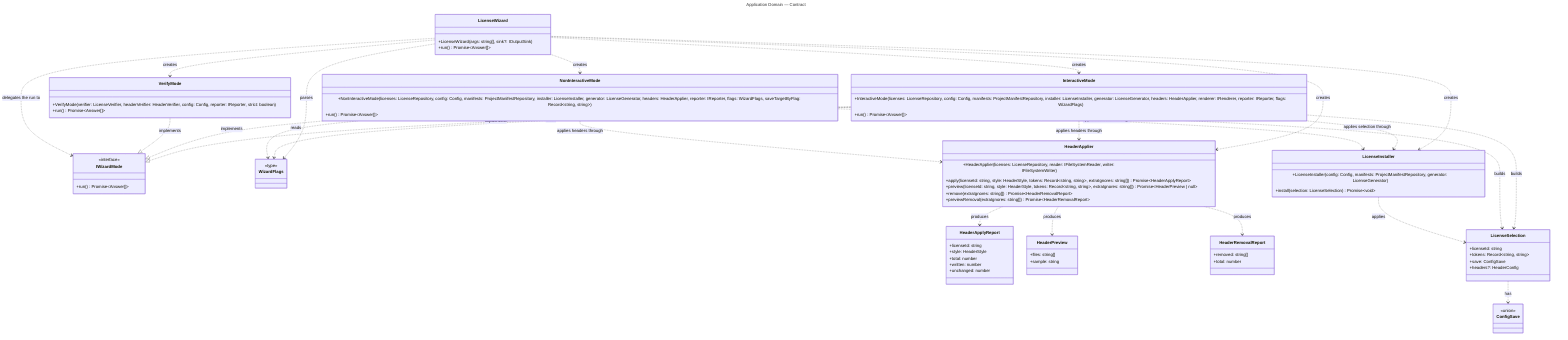
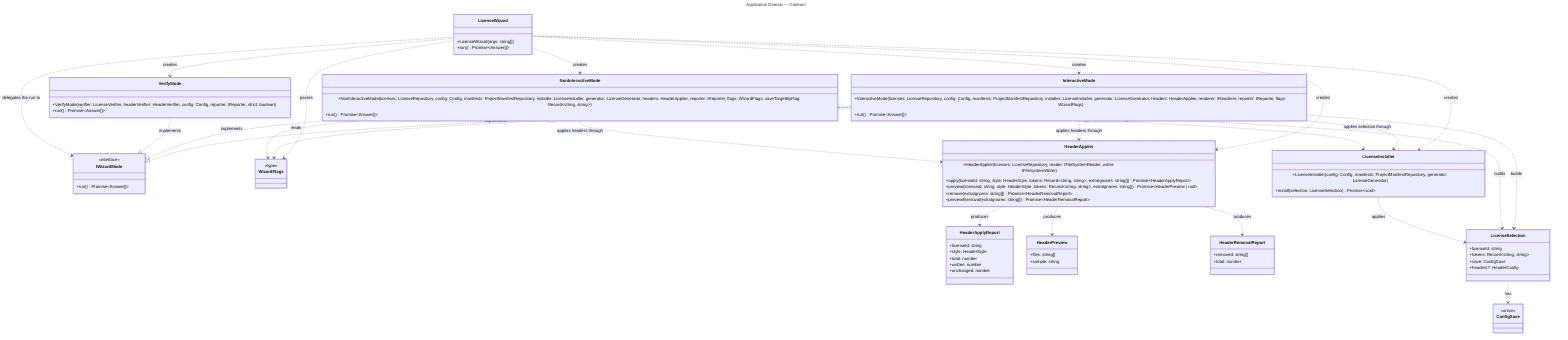
---
title: Application Domain — Contract
---
classDiagram
  direction TB

  %% Domain: Application (src root + src/modes)
  %% Focused per-domain view extracted from ../class-diagram.mmd.
  %% Shows ONLY Application-domain classes and their intra-domain relationships.
  %% Cross-domain relationships (to CLI, Licensing, Configuration, Headers, Verify)
  %% are intentionally omitted — see ../class-diagram.mmd for the full picture.
  %%
  %% LicenseWizard is the bootstrap / composition root and the mode router: it
  %% wires the shared graph together and delegates each run to one of the three
  %% modes through the IWizardMode contract. Most of its (and the modes')
  %% relationships point outward into other domains and so do not appear here.

  class LicenseWizard {
-     +LicenseWizard(args: string[], sink?: IOutputSink)
+     +LicenseWizard(args: string[])
    +run() Promise~Answer[]~
  }

  class IWizardMode {
    <<interface>>
    +run() Promise~Answer[]~
  }

  class InteractiveMode {
    +InteractiveMode(licenses: LicenseRepository, config: Config, manifests: ProjectManifestRepository, installer: LicenseInstaller, generator: LicenseGenerator, headers: HeaderApplier, renderer: IRenderer, reporter: IReporter, flags: WizardFlags)
    +run() Promise~Answer[]~
  }

  class NonInteractiveMode {
    +NonInteractiveMode(licenses: LicenseRepository, config: Config, manifests: ProjectManifestRepository, installer: LicenseInstaller, generator: LicenseGenerator, headers: HeaderApplier, reporter: IReporter, flags: WizardFlags, saveTargetByFlag: Record~string, string~)
    +run() Promise~Answer[]~
  }

  class VerifyMode {
    +VerifyMode(verifier: LicenseVerifier, headerVerifier: HeaderVerifier, config: Config, reporter: IReporter, strict: boolean)
    +run() Promise~Answer[]~
  }

  class WizardFlags {
    <<type>>
  }

  class LicenseInstaller {
    +LicenseInstaller(config: Config, manifests: ProjectManifestRepository, generator: LicenseGenerator)
    +install(selection: LicenseSelection) Promise~void~
  }

  class HeaderApplier {
    +HeaderApplier(licenses: LicenseRepository, reader: IFileSystemReader, writer: IFileSystemWriter)
    +apply(licenseId: string, style: HeaderStyle, tokens: Record~string, string~, extraIgnores: string[]) Promise~HeaderApplyReport~
    +preview(licenseId: string, style: HeaderStyle, tokens: Record~string, string~, extraIgnores: string[]) Promise~HeaderPreview | null~
    +remove(extraIgnores: string[]) Promise~HeaderRemovalReport~
    +previewRemoval(extraIgnores: string[]) Promise~HeaderRemovalReport~
  }

  class HeaderApplyReport {
    +licenseId: string
    +style: HeaderStyle
    +total: number
    +written: number
    +unchanged: number
  }

  class HeaderPreview {
    +files: string[]
    +sample: string
  }

  class HeaderRemovalReport {
    +removed: string[]
    +total: number
  }

  class LicenseSelection {
    +licenseId: string
    +tokens: Record~string, string~
    +save: ConfigSave
    +headers?: HeaderConfig
  }

  class ConfigSave {
    <<union>>
  }

  InteractiveMode ..|> IWizardMode : implements
  NonInteractiveMode ..|> IWizardMode : implements
  VerifyMode ..|> IWizardMode : implements

  LicenseWizard ..> IWizardMode : delegates the run to
  LicenseWizard ..> InteractiveMode : creates
  LicenseWizard ..> NonInteractiveMode : creates
  LicenseWizard ..> VerifyMode : creates
  LicenseWizard ..> LicenseInstaller : creates
  LicenseWizard ..> HeaderApplier : creates
  LicenseWizard ..> WizardFlags : parses

  InteractiveMode ..> LicenseInstaller : applies selection through
  NonInteractiveMode ..> LicenseInstaller : applies selection through
  InteractiveMode ..> HeaderApplier : applies headers through
  NonInteractiveMode ..> HeaderApplier : applies headers through
  InteractiveMode ..> LicenseSelection : builds
  NonInteractiveMode ..> LicenseSelection : builds
  InteractiveMode ..> WizardFlags : reads
  NonInteractiveMode ..> WizardFlags : reads

  LicenseInstaller ..> LicenseSelection : applies
  LicenseSelection ..> ConfigSave : has
  HeaderApplier ..> HeaderApplyReport : produces
  HeaderApplier ..> HeaderPreview : produces
  HeaderApplier ..> HeaderRemovalReport : produces
